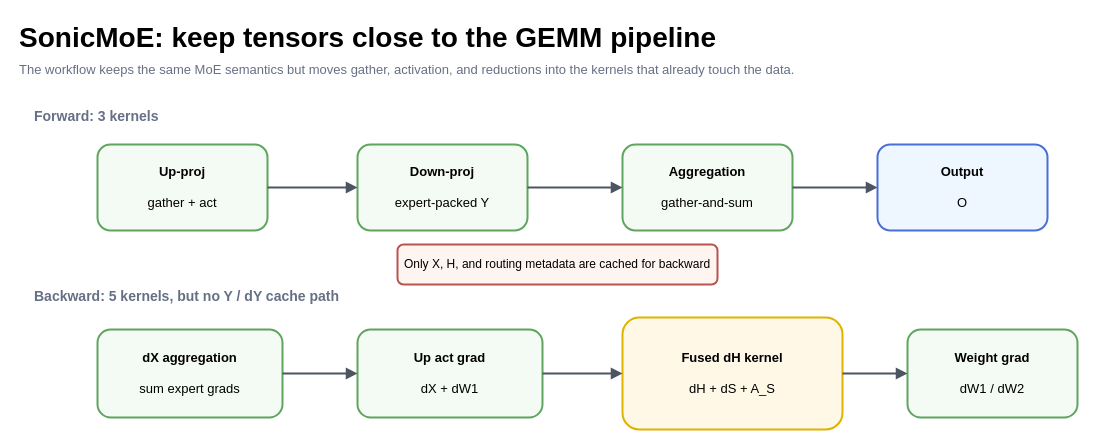
Before: static/drawio/2026-04-27-sonicmoe-blackwell-深度解读-fine-grained-moe-kernel-的算法-软件-硬件三层堆叠/figures/F2.drawio in cassiewilliam/blog, a draw.io diagram. Source tidied: cells renumbered, new cells numbered last; positions are measured from the earlier drawing's top-left corner, leaving out a move shared by most shapes. Both pictures are drawn from the tidied source at 100%, with x=0, y=0 at pixel (17, 17).
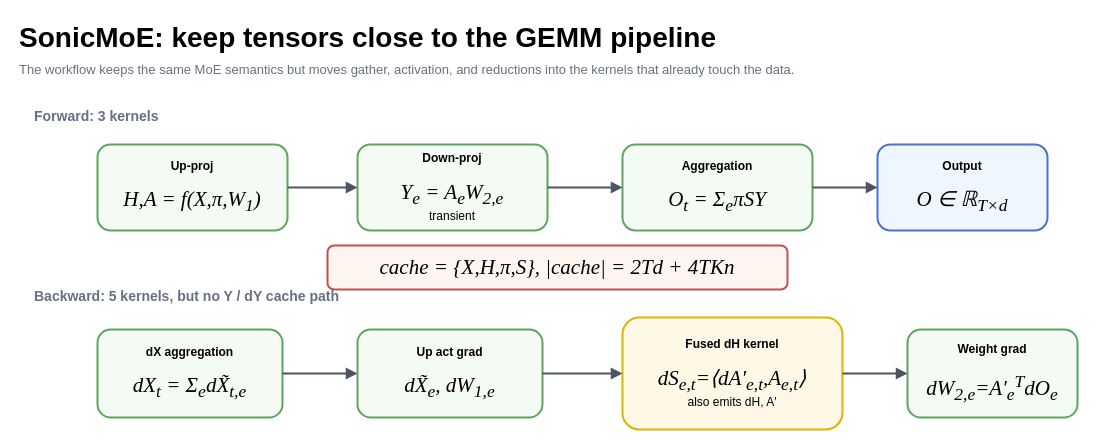
Above is the later version.

What changed in the source:
```diff
@@
-    <mxCell id="5" value="&lt;b&gt;Up-proj&lt;/b&gt;&lt;br&gt;&lt;br&gt;gather + act" style="rounded=1;whiteSpace=wrap;html=1;fillColor=#f4faf4;strokeColor=#5fa55f;strokeWidth=2;align=center;verticalAlign=middle;fontFamily=Helvetica;fontSize=13;" parent="1" vertex="1">
-      <mxGeometry x="80" y="127" width="170" height="86" as="geometry" />
+    <mxCell id="5" value="&lt;b&gt;Up-proj&lt;/b&gt;&lt;br&gt;&lt;br&gt;&lt;font face=&quot;Times New Roman&quot; style=&quot;font-size: 21px;&quot;&gt;&lt;i&gt;H,A = f(X,π,W&lt;sub&gt;1&lt;/sub&gt;)&lt;/i&gt;&lt;/font&gt;" style="rounded=1;whiteSpace=wrap;html=1;fillColor=#f4faf4;strokeColor=#5fa55f;strokeWidth=2;align=center;verticalAlign=middle;fontFamily=Helvetica;fontSize=12;" parent="1" vertex="1">
+      <mxGeometry x="80" y="127" width="190" height="86" as="geometry" />
     </mxCell>
-    <mxCell id="6" value="&lt;b&gt;Down-proj&lt;/b&gt;&lt;br&gt;&lt;br&gt;expert-packed Y" style="rounded=1;whiteSpace=wrap;html=1;fillColor=#f4faf4;strokeColor=#5fa55f;strokeWidth=2;align=center;verticalAlign=middle;fontFamily=Helvetica;fontSize=13;" parent="1" vertex="1">
-      <mxGeometry x="340" y="127" width="170" height="86" as="geometry" />
+    <mxCell id="6" value="&lt;b&gt;Down-proj&lt;/b&gt;&lt;br&gt;&lt;br&gt;&lt;font face=&quot;Times New Roman&quot; style=&quot;font-size: 21px;&quot;&gt;&lt;i&gt;Y&lt;sub&gt;e&lt;/sub&gt; = A&lt;sub&gt;e&lt;/sub&gt;W&lt;sub&gt;2,e&lt;/sub&gt;&lt;/i&gt;&lt;/font&gt;&lt;br&gt;transient" style="rounded=1;whiteSpace=wrap;html=1;fillColor=#f4faf4;strokeColor=#5fa55f;strokeWidth=2;align=center;verticalAlign=middle;fontFamily=Helvetica;fontSize=12;" parent="1" vertex="1">
+      <mxGeometry x="340" y="127" width="190" height="86" as="geometry" />
     </mxCell>
@@
-    <mxCell id="8" value="&lt;b&gt;Aggregation&lt;/b&gt;&lt;br&gt;&lt;br&gt;gather-and-sum" style="rounded=1;whiteSpace=wrap;html=1;fillColor=#f4faf4;strokeColor=#5fa55f;strokeWidth=2;align=center;verticalAlign=middle;fontFamily=Helvetica;fontSize=13;" parent="1" vertex="1">
-      <mxGeometry x="605" y="127" width="170" height="86" as="geometry" />
+    <mxCell id="8" value="&lt;b&gt;Aggregation&lt;/b&gt;&lt;br&gt;&lt;br&gt;&lt;font face=&quot;Times New Roman&quot; style=&quot;font-size: 21px;&quot;&gt;&lt;i&gt;O&lt;sub&gt;t&lt;/sub&gt; = Σ&lt;sub&gt;e&lt;/sub&gt;πSY&lt;/i&gt;&lt;/font&gt;" style="rounded=1;whiteSpace=wrap;html=1;fillColor=#f4faf4;strokeColor=#5fa55f;strokeWidth=2;align=center;verticalAlign=middle;fontFamily=Helvetica;fontSize=12;" parent="1" vertex="1">
+      <mxGeometry x="605" y="127" width="190" height="86" as="geometry" />
     </mxCell>
@@
-    <mxCell id="10" value="&lt;b&gt;Output&lt;/b&gt;&lt;br&gt;&lt;br&gt;O" style="rounded=1;whiteSpace=wrap;html=1;fillColor=#eef7ff;strokeColor=#4a6fd3;strokeWidth=2;align=center;verticalAlign=middle;fontFamily=Helvetica;fontSize=13;" parent="1" vertex="1">
+    <mxCell id="10" value="&lt;b&gt;Output&lt;/b&gt;&lt;br&gt;&lt;br&gt;&lt;font face=&quot;Times New Roman&quot; style=&quot;font-size: 21px;&quot;&gt;&lt;i&gt;O ∈ ℝ&lt;sub&gt;T×d&lt;/sub&gt;&lt;/i&gt;&lt;/font&gt;" style="rounded=1;whiteSpace=wrap;html=1;fillColor=#eef7ff;strokeColor=#4a6fd3;strokeWidth=2;align=center;verticalAlign=middle;fontFamily=Helvetica;fontSize=12;" parent="1" vertex="1">
       <mxGeometry x="860" y="127" width="170" height="86" as="geometry" />
     </mxCell>
@@
-    <mxCell id="13" value="&lt;b&gt;dX aggregation&lt;/b&gt;&lt;br&gt;&lt;br&gt;sum expert grads" style="rounded=1;whiteSpace=wrap;html=1;fillColor=#f4faf4;strokeColor=#5fa55f;strokeWidth=2;align=center;verticalAlign=middle;fontFamily=Helvetica;fontSize=13;" parent="1" vertex="1">
+    <mxCell id="13" value="&lt;b&gt;dX aggregation&lt;/b&gt;&lt;br&gt;&lt;br&gt;&lt;font face=&quot;Times New Roman&quot; style=&quot;font-size: 21px;&quot;&gt;&lt;i&gt;dX&lt;sub&gt;t&lt;/sub&gt; = Σ&lt;sub&gt;e&lt;/sub&gt;dX̃&lt;sub&gt;t,e&lt;/sub&gt;&lt;/i&gt;&lt;/font&gt;" style="rounded=1;whiteSpace=wrap;html=1;fillColor=#f4faf4;strokeColor=#5fa55f;strokeWidth=2;align=center;verticalAlign=middle;fontFamily=Helvetica;fontSize=12;" parent="1" vertex="1">
       <mxGeometry x="80" y="312" width="185" height="88" as="geometry" />
     </mxCell>
-    <mxCell id="14" value="&lt;b&gt;Up act grad&lt;/b&gt;&lt;br&gt;&lt;br&gt;dX + dW1" style="rounded=1;whiteSpace=wrap;html=1;fillColor=#f4faf4;strokeColor=#5fa55f;strokeWidth=2;align=center;verticalAlign=middle;fontFamily=Helvetica;fontSize=13;" parent="1" vertex="1">
+    <mxCell id="14" value="&lt;b&gt;Up act grad&lt;/b&gt;&lt;br&gt;&lt;br&gt;&lt;font face=&quot;Times New Roman&quot; style=&quot;font-size: 21px;&quot;&gt;&lt;i&gt;dX̃&lt;sub&gt;e&lt;/sub&gt;, dW&lt;sub&gt;1,e&lt;/sub&gt;&lt;/i&gt;&lt;/font&gt;" style="rounded=1;whiteSpace=wrap;html=1;fillColor=#f4faf4;strokeColor=#5fa55f;strokeWidth=2;align=center;verticalAlign=middle;fontFamily=Helvetica;fontSize=12;" parent="1" vertex="1">
       <mxGeometry x="340" y="312" width="185" height="88" as="geometry" />
     </mxCell>
-    <mxCell id="15" value="&lt;b&gt;Fused dH kernel&lt;/b&gt;&lt;br&gt;&lt;br&gt;dH + dS + A_S" style="rounded=1;whiteSpace=wrap;html=1;fillColor=#fff8e7;strokeColor=#e0b300;strokeWidth=2;align=center;verticalAlign=middle;fontFamily=Helvetica;fontSize=13;" parent="1" vertex="1">
+    <mxCell id="15" value="&lt;b&gt;Fused dH kernel&lt;/b&gt;&lt;br&gt;&lt;br&gt;&lt;font face=&quot;Times New Roman&quot; style=&quot;font-size: 21px;&quot;&gt;&lt;i&gt;dS&lt;sub&gt;e,t&lt;/sub&gt;=⟨dA′&lt;sub&gt;e,t&lt;/sub&gt;,A&lt;sub&gt;e,t&lt;/sub&gt;⟩&lt;/i&gt;&lt;/font&gt;&lt;br&gt;also emits dH, A′" style="rounded=1;whiteSpace=wrap;html=1;fillColor=#fff8e7;strokeColor=#e0b300;strokeWidth=2;align=center;verticalAlign=middle;fontFamily=Helvetica;fontSize=12;" parent="1" vertex="1">
       <mxGeometry x="605" y="300" width="220" height="112" as="geometry" />
     </mxCell>
-    <mxCell id="16" value="&lt;b&gt;Weight grad&lt;/b&gt;&lt;br&gt;&lt;br&gt;dW1 / dW2" style="rounded=1;whiteSpace=wrap;html=1;fillColor=#f4faf4;strokeColor=#5fa55f;strokeWidth=2;align=center;verticalAlign=middle;fontFamily=Helvetica;fontSize=13;" parent="1" vertex="1">
+    <mxCell id="16" value="&lt;b&gt;Weight grad&lt;/b&gt;&lt;br&gt;&lt;br&gt;&lt;font face=&quot;Times New Roman&quot; style=&quot;font-size: 21px;&quot;&gt;&lt;i&gt;dW&lt;sub&gt;2,e&lt;/sub&gt;=A′&lt;sub&gt;e&lt;/sub&gt;&lt;sup&gt;T&lt;/sup&gt;dO&lt;sub&gt;e&lt;/sub&gt;&lt;/i&gt;&lt;/font&gt;" style="rounded=1;whiteSpace=wrap;html=1;fillColor=#f4faf4;strokeColor=#5fa55f;strokeWidth=2;align=center;verticalAlign=middle;fontFamily=Helvetica;fontSize=12;" parent="1" vertex="1">
       <mxGeometry x="890" y="312" width="170" height="88" as="geometry" />
     </mxCell>
@@
-    <mxCell id="20" value="Only X, H, and routing metadata are cached for backward" style="rounded=1;whiteSpace=wrap;html=1;fillColor=#fff5f0;strokeColor=#b85450;strokeWidth=2;align=center;verticalAlign=middle;fontFamily=Helvetica;fontSize=12;" parent="1" vertex="1">
-      <mxGeometry x="380" y="227" width="320" height="40" as="geometry" />
+    <mxCell id="20" value="&lt;font face=&quot;Times New Roman&quot; style=&quot;font-size: 21px;&quot;&gt;&lt;i&gt;cache = {X,H,π,S}, |cache| = 2Td + 4TKn&lt;/i&gt;&lt;/font&gt;" style="rounded=1;whiteSpace=wrap;html=1;fillColor=#fff5f0;strokeColor=#b85450;strokeWidth=2;align=center;verticalAlign=middle;fontFamily=Helvetica;fontSize=12;" parent="1" vertex="1">
+      <mxGeometry x="310" y="228" width="460" height="44" as="geometry" />
     </mxCell>
```
